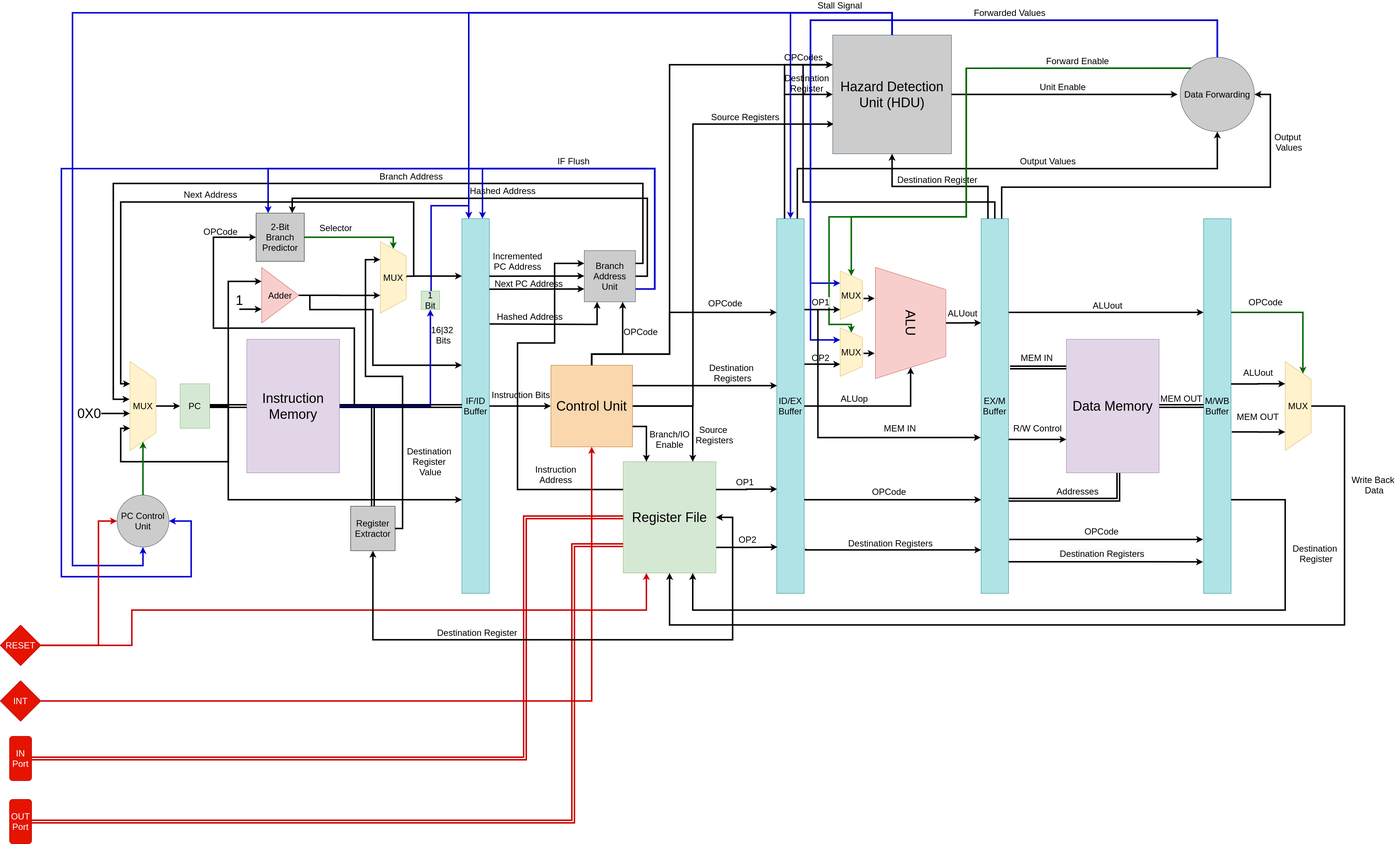
mido3ds/pipeline-risc-cpu keeps this draw.io diagram as docs/overall_system.png. Above is the earlier version. Source tidied: cells renumbered, new cells last; positions are measured from the earlier drawing's top-left corner, leaving out a move shared by most shapes.
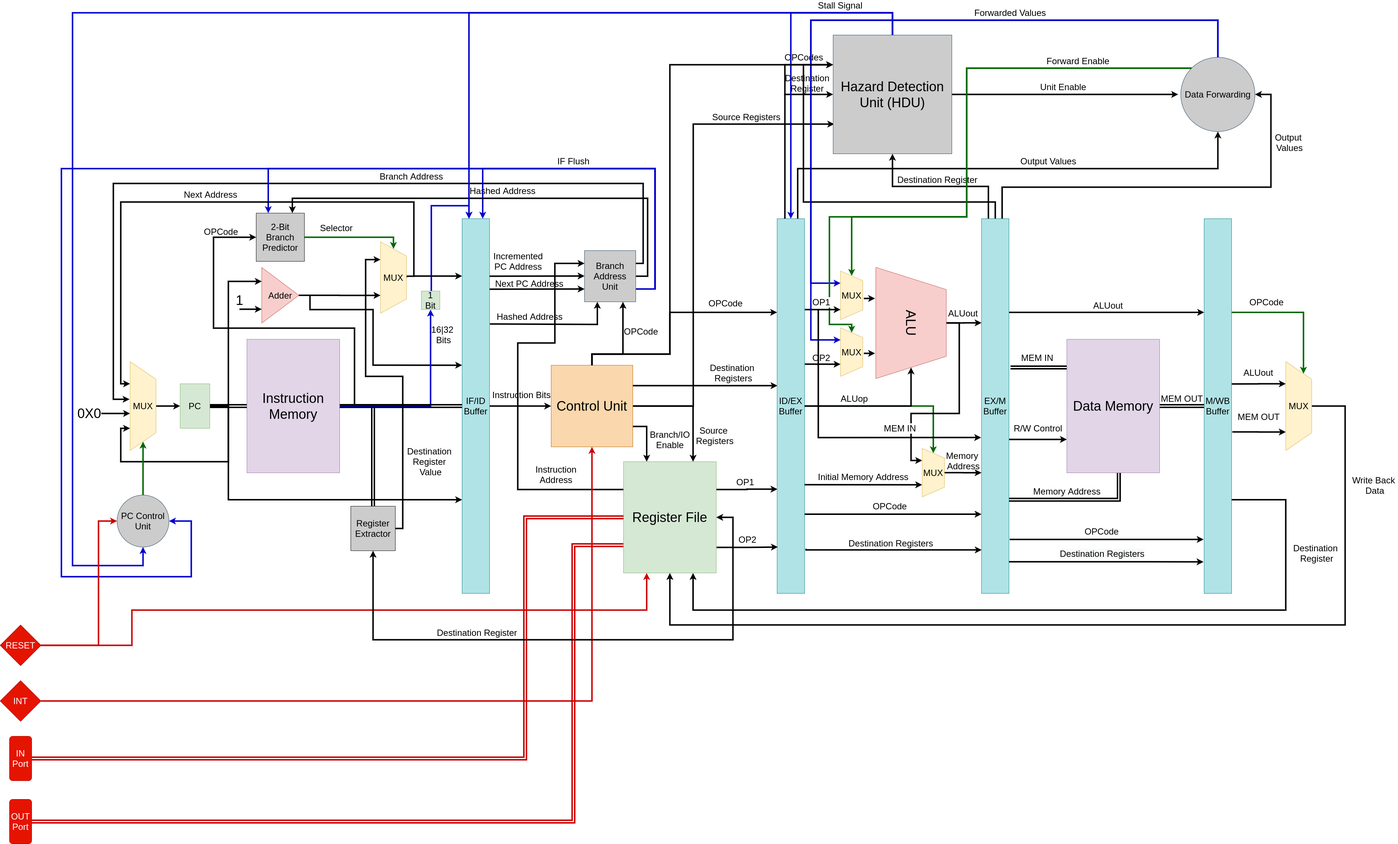
After the commit.

Change to the diagram source:
```diff
@@ -167,16 +167,11 @@
     <mxCell id="30" value="&lt;font style=&quot;font-size: 36px&quot;&gt;Register File&lt;/font&gt;" style="rounded=0;whiteSpace=wrap;html=1;fillColor=#d5e8d4;strokeColor=#82b366;" parent="1" vertex="1">
       <mxGeometry x="1680" y="1210" width="250" height="300" as="geometry" />
     </mxCell>
-    <mxCell id="31" value="&lt;font style=&quot;font-size: 24px&quot;&gt;ALUop&lt;/font&gt;" style="edgeStyle=orthogonalEdgeStyle;rounded=0;jettySize=auto;html=1;exitX=1;exitY=0.5;exitDx=0;exitDy=0;entryX=1;entryY=0.5;entryDx=0;entryDy=0;fillColor=none;strokeWidth=4;" parent="1" edge="1" source="38" target="47">
-      <mxGeometry x="-0.31" y="20" relative="1" as="geometry">
-        <Array as="points">
-          <mxPoint x="2455" y="1060" />
-        </Array>
-        <mxPoint x="1" as="offset" />
-      </mxGeometry>
-    </mxCell>
-    <mxCell id="32" style="edgeStyle=orthogonalEdgeStyle;rounded=0;jettySize=auto;html=1;exitX=1;exitY=0.75;exitDx=0;exitDy=0;entryX=0;entryY=0.75;entryDx=0;entryDy=0;fillColor=none;strokeWidth=4;" parent="1" edge="1" source="38" target="56">
-      <mxGeometry relative="1" as="geometry" />
+    <mxCell id="32" style="edgeStyle=orthogonalEdgeStyle;rounded=0;orthogonalLoop=1;jettySize=auto;html=1;exitX=1;exitY=0.75;exitDx=0;exitDy=0;entryX=0;entryY=0.75;entryDx=0;entryDy=0;fillColor=none;strokeWidth=4;" parent="1" edge="1">
+      <mxGeometry relative="1" as="geometry">
+        <mxPoint x="2168" y="1351.5" as="sourcePoint" />
+        <mxPoint x="2645" y="1351.5" as="targetPoint" />
+      </mxGeometry>
     </mxCell>
     <mxCell id="33" value="&lt;font style=&quot;font-size: 24px&quot;&gt;OPCode&amp;nbsp;&lt;/font&gt;" style="text;html=1;align=center;verticalAlign=middle;labelBackgroundColor=#ffffff;" parent="32" vertex="1">
       <mxGeometry x="-0.18" y="-9" relative="1" as="geometry">
@@ -211,6 +206,13 @@
         </Array>
       </mxGeometry>
     </mxCell>
+    <mxCell id="121" style="edgeStyle=orthogonalEdgeStyle;rounded=0;jettySize=auto;html=1;exitX=1;exitY=0.5;exitDx=0;exitDy=0;entryX=0;entryY=0.5;entryDx=0;entryDy=0;strokeWidth=4;strokeColor=#006600;" parent="1" edge="1" source="38" target="127">
+      <mxGeometry relative="1" as="geometry">
+        <Array as="points">
+          <mxPoint x="2515" y="1060" />
+        </Array>
+      </mxGeometry>
+    </mxCell>
     <mxCell id="38" value="&lt;font style=&quot;font-size: 24px&quot;&gt;ID/EX Buffer&lt;/font&gt;" style="rounded=0;whiteSpace=wrap;html=1;fillColor=#b0e3e6;strokeColor=#0e8088;" parent="1" vertex="1">
       <mxGeometry x="2094" y="555" width="74" height="1010" as="geometry" />
     </mxCell>
@@ -276,6 +278,16 @@
         <mxPoint x="-3" as="offset" />
       </mxGeometry>
     </mxCell>
+    <mxCell id="122" style="edgeStyle=orthogonalEdgeStyle;rounded=0;jettySize=auto;html=1;exitX=0.5;exitY=0;exitDx=0;exitDy=0;entryX=0.25;entryY=1;entryDx=0;entryDy=0;strokeWidth=4;" parent="1" edge="1" source="47" target="127">
+      <mxGeometry relative="1" as="geometry">
+        <Array as="points">
+          <mxPoint x="2585" y="836" />
+          <mxPoint x="2585" y="1080" />
+          <mxPoint x="2455" y="1080" />
+          <mxPoint x="2455" y="1207" />
+        </Array>
+      </mxGeometry>
+    </mxCell>
     <mxCell id="47" value="&lt;font style=&quot;font-size: 36px&quot;&gt;ALU&lt;/font&gt;" style="shape=trapezoid;perimeter=trapezoidPerimeter;whiteSpace=wrap;html=1;rotation=90;fillColor=#f8cecc;strokeColor=#b85450;" parent="1" vertex="1">
       <mxGeometry x="2305" y="741" width="300" height="190" as="geometry" />
     </mxCell>
@@ -296,10 +308,8 @@
     <mxCell id="51" value="&lt;font style=&quot;font-size: 24px&quot;&gt;R/W Control&lt;/font&gt;" style="edgeStyle=orthogonalEdgeStyle;rounded=0;jettySize=auto;html=1;exitX=1;exitY=0.589;exitDx=0;exitDy=0;entryX=0;entryY=0.75;entryDx=0;entryDy=0;fillColor=none;exitPerimeter=0;strokeWidth=4;" parent="1" edge="1" source="56" target="63">
       <mxGeometry y="30" relative="1" as="geometry" />
     </mxCell>
-    <mxCell id="52" value="&lt;font style=&quot;font-size: 24px&quot;&gt;Addresses&lt;/font&gt;" style="edgeStyle=orthogonalEdgeStyle;rounded=0;jettySize=auto;html=1;exitX=1;exitY=0.75;exitDx=0;exitDy=0;entryX=0.56;entryY=1;entryDx=0;entryDy=0;entryPerimeter=0;fillColor=none;strokeWidth=4;shape=link;" parent="1" edge="1" source="56" target="63">
-      <mxGeometry x="0.73" y="110" relative="1" as="geometry">
-        <mxPoint y="-1" as="offset" />
-      </mxGeometry>
+    <mxCell id="52" value="&lt;span style=&quot;font-size: 24px&quot;&gt;Memory Address&lt;/span&gt;" style="edgeStyle=orthogonalEdgeStyle;rounded=0;jettySize=auto;html=1;exitX=1;exitY=0.75;exitDx=0;exitDy=0;entryX=0.56;entryY=1;entryDx=0;entryDy=0;entryPerimeter=0;fillColor=none;strokeWidth=4;shape=link;" parent="1" edge="1" source="56" target="63">
+      <mxGeometry x="0.73" y="140" relative="1" as="geometry" />
     </mxCell>
     <mxCell id="53" value="&lt;font style=&quot;font-size: 24px&quot;&gt;Destination Register&lt;/font&gt;" style="edgeStyle=orthogonalEdgeStyle;rounded=0;jettySize=auto;html=1;exitX=0.25;exitY=0;exitDx=0;exitDy=0;entryX=0.5;entryY=1;entryDx=0;entryDy=0;fillColor=none;strokeWidth=4;" parent="1" edge="1" source="56" target="73">
       <mxGeometry x="0.04" y="-18" relative="1" as="geometry">
@@ -720,5 +730,34 @@
     <mxCell id="120" value="&lt;font style=&quot;font-size: 24px&quot;&gt;Destination &lt;br&gt;Register &lt;br&gt;Value&lt;/font&gt;" style="text;html=1;align=center;verticalAlign=middle;fontColor=#000000;" parent="1" vertex="1">
       <mxGeometry x="1090" y="1180" width="140" height="60" as="geometry" />
     </mxCell>
+    <mxCell id="123" style="endArrow=classic;html=1;strokeWidth=4;rounded=0;entryX=0.75;entryY=1;entryDx=0;entryDy=0;" parent="1" edge="1" target="127">
+      <mxGeometry relative="1" as="geometry">
+        <mxPoint x="2168" y="1272" as="sourcePoint" />
+      </mxGeometry>
+    </mxCell>
+    <mxCell id="124" value="&lt;font style=&quot;font-size: 24px&quot;&gt;Memory &lt;br&gt;Address&lt;/font&gt;" style="text;html=1;align=center;verticalAlign=middle;labelBackgroundColor=none;" parent="123" vertex="1">
+      <mxGeometry x="0.11" y="-4" relative="1" as="geometry">
+        <mxPoint x="252" y="-69.1" as="offset" />
+      </mxGeometry>
+    </mxCell>
+    <mxCell id="125" value="&lt;font style=&quot;font-size: 24px&quot;&gt;Initial Memory Address&lt;/font&gt;" style="text;html=1;align=center;verticalAlign=middle;labelBackgroundColor=#ffffff;" parent="123" vertex="1">
+      <mxGeometry x="-0.13" y="2" relative="1" as="geometry">
+        <mxPoint x="20.3" y="-20.1" as="offset" />
+      </mxGeometry>
+    </mxCell>
+    <mxCell id="126" style="edgeStyle=orthogonalEdgeStyle;rounded=0;jettySize=auto;html=1;exitX=0.5;exitY=0;exitDx=0;exitDy=0;entryX=0;entryY=0.678;entryDx=0;entryDy=0;entryPerimeter=0;strokeWidth=4;" parent="1" edge="1" source="127" target="56">
+      <mxGeometry relative="1" as="geometry" />
+    </mxCell>
+    <mxCell id="127" value="&lt;font style=&quot;font-size: 24px&quot;&gt;MUX&lt;/font&gt;" style="shape=trapezoid;perimeter=trapezoidPerimeter;whiteSpace=wrap;html=1;direction=south;fillColor=#fff2cc;strokeColor=#d6b656;" parent="1" vertex="1">
+      <mxGeometry x="2485" y="1174" width="60" height="131" as="geometry" />
+    </mxCell>
+    <mxCell id="31" value="&lt;font style=&quot;font-size: 24px&quot;&gt;ALUop&lt;/font&gt;" style="edgeStyle=orthogonalEdgeStyle;rounded=0;jettySize=auto;html=1;exitX=1;exitY=0.5;exitDx=0;exitDy=0;entryX=1;entryY=0.5;entryDx=0;entryDy=0;fillColor=none;strokeWidth=4;" parent="1" edge="1" source="38" target="47">
+      <mxGeometry x="-0.31" y="20" relative="1" as="geometry">
+        <Array as="points">
+          <mxPoint x="2455" y="1060" />
+        </Array>
+        <mxPoint x="1" as="offset" />
+      </mxGeometry>
+    </mxCell>
   </root>
 </mxGraphModel>
```
